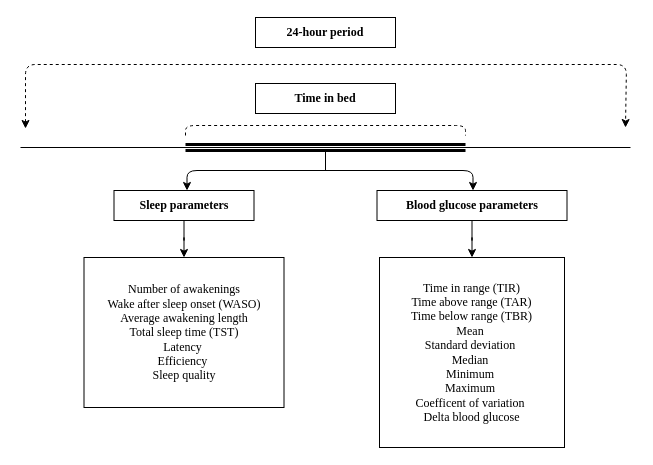
laurateilmann/Bachelor keeps this draw.io diagram as Plots/NightDiagram.drawio. Above is the earlier version. Source tidied: cells renumbered, new cells numbered last; positions are measured from the earlier drawing's top-left corner, leaving out a move shared by most shapes. Both pictures are drawn from the tidied source at 100%, with x=0, y=0 at pixel (20, 17).
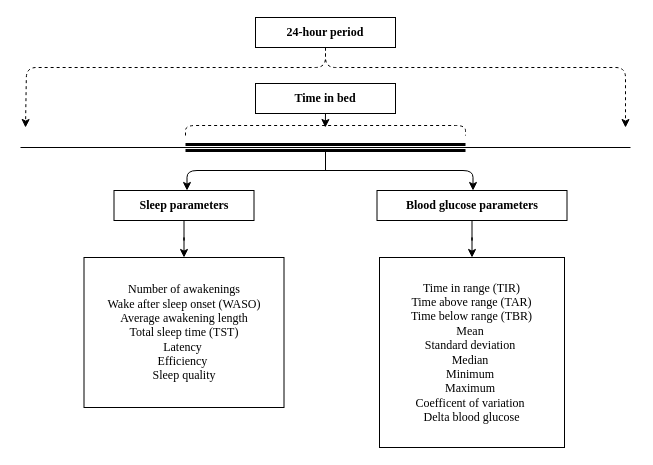
Above is the later version.

Unchanged cells that the change refers to:
```xml
<mxCell id="2" value="24-hour period" style="rounded=0;whiteSpace=wrap;html=1;fontStyle=1;fontFamily=Times New Roman;" parent="1" vertex="1">
  <mxGeometry x="235" width="140" height="30" as="geometry" />
</mxCell>
<mxCell id="3" value="Time in bed" style="rounded=0;whiteSpace=wrap;html=1;fontStyle=1;fontFamily=Times New Roman;" parent="1" vertex="1">
  <mxGeometry x="235" y="66" width="140" height="30" as="geometry" />
</mxCell>
```

Change to the diagram source:
```diff
@@
+    <mxCell id="17" style="edgeStyle=orthogonalEdgeStyle;rounded=1;jettySize=auto;html=1;exitX=0.5;exitY=1;exitDx=0;exitDy=0;dashed=1;" parent="1" edge="1" source="2">
+      <mxGeometry relative="1" as="geometry">
+        <mxPoint x="5" y="110" as="targetPoint" />
+        <Array as="points">
+          <mxPoint x="305" y="50" />
+          <mxPoint x="6" y="50" />
+          <mxPoint x="6" y="110" />
+        </Array>
+      </mxGeometry>
+    </mxCell>
+    <mxCell id="18" style="edgeStyle=orthogonalEdgeStyle;rounded=1;jettySize=auto;html=1;exitX=0.5;exitY=1;exitDx=0;exitDy=0;dashed=1;" parent="1" edge="1" source="2">
+      <mxGeometry relative="1" as="geometry">
+        <mxPoint x="605" y="110" as="targetPoint" />
+        <Array as="points">
+          <mxPoint x="305" y="50" />
+          <mxPoint x="605" y="50" />
+        </Array>
+      </mxGeometry>
+    </mxCell>
@@
+    <mxCell id="19" style="edgeStyle=orthogonalEdgeStyle;rounded=0;jettySize=auto;html=1;exitX=0.5;exitY=1;exitDx=0;exitDy=0;" parent="1" edge="1" source="3">
+      <mxGeometry relative="1" as="geometry">
+        <mxPoint x="304.8" y="110" as="targetPoint" />
+      </mxGeometry>
+    </mxCell>
@@
-    <mxCell id="12" style="endArrow=classic;dashed=1;html=1;rounded=1;endFill=1;jumpStyle=none;startArrow=classic;startFill=1;" parent="1" edge="1">
-      <mxGeometry relative="1" as="geometry">
-        <mxPoint x="5" y="111" as="sourcePoint" />
-        <mxPoint x="605" y="110" as="targetPoint" />
-        <Array as="points">
-          <mxPoint x="5" y="47" />
-          <mxPoint x="606" y="47" />
-        </Array>
-      </mxGeometry>
-    </mxCell>
```
